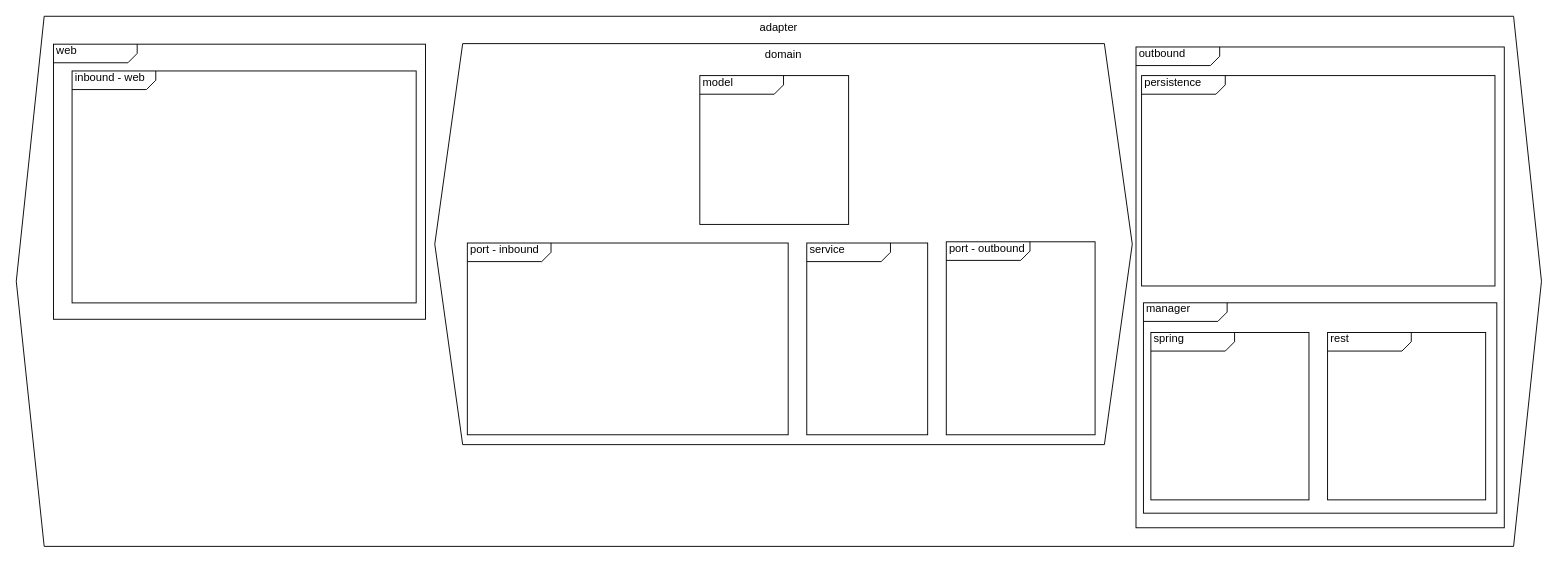
Before: page "beginstaat-booking" (5 of 9) of docs/assignment-diagrammen/diagrammen-verzameling.drawio in Quintor/hexagonal-architecture-workshop, a draw.io diagram. Source tidied: cells renumbered, new cells numbered last; positions are measured from the earlier drawing's top-left corner, leaving out a move shared by most shapes. Both pictures are drawn from the tidied source at 93%, with x=0, y=0 at pixel (16, 16).
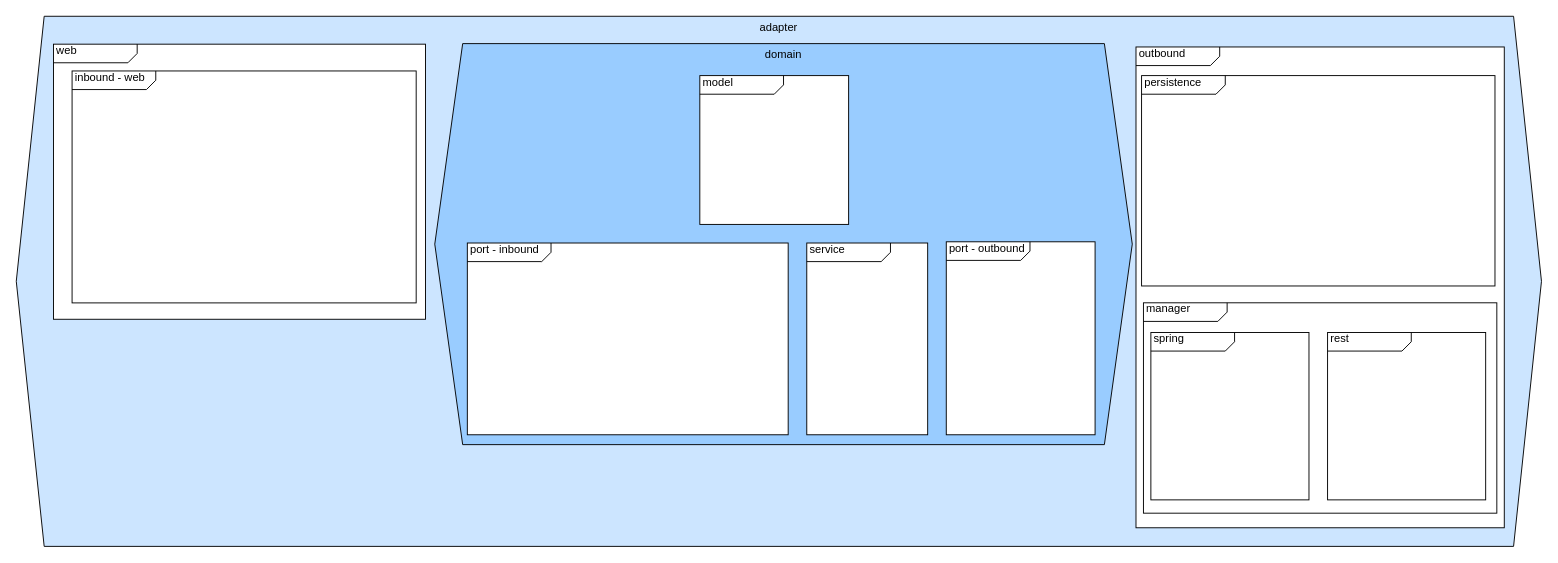
The same diagram, later.

Change to the diagram source:
```diff
@@
 <mxGraphModel>
   <root>
     <mxCell id="0" />
     <mxCell id="1" parent="0" />
-    <mxCell id="2" value="adapter" style="shape=hexagon;perimeter=hexagonPerimeter2;whiteSpace=wrap;html=1;fixedSize=1;align=center;verticalAlign=top;spacing=0;size=30;" parent="1" vertex="1">
+    <mxCell id="2" value="adapter" style="shape=hexagon;perimeter=hexagonPerimeter2;whiteSpace=wrap;html=1;fixedSize=1;align=center;verticalAlign=top;spacing=0;size=30;fillColor=#CCE5FF;" parent="1" vertex="1">
       <mxGeometry width="1640" height="570" as="geometry" />
     </mxCell>
     <mxCell id="3" value="&amp;nbsp;web" style="html=1;shape=mxgraph.sysml.package;html=1;overflow=fill;whiteSpace=wrap;align=left;" parent="1" vertex="1">
       <mxGeometry x="40" y="30" width="400" height="295.8" as="geometry" />
     </mxCell>
-    <mxCell id="4" value="domain" style="shape=hexagon;perimeter=hexagonPerimeter2;whiteSpace=wrap;html=1;fixedSize=1;align=center;verticalAlign=top;spacing=0;size=30;" parent="1" vertex="1">
+    <mxCell id="4" value="domain" style="shape=hexagon;perimeter=hexagonPerimeter2;whiteSpace=wrap;html=1;fixedSize=1;align=center;verticalAlign=top;spacing=0;size=30;fillColor=#99CCFF;" parent="1" vertex="1">
       <mxGeometry x="450" y="29.4" width="750" height="431.2" as="geometry" />
     </mxCell>
     <mxCell id="5" value="&lt;div align=&quot;left&quot;&gt;&amp;nbsp;model&lt;/div&gt;" style="html=1;shape=mxgraph.sysml.package;html=1;overflow=fill;whiteSpace=wrap;align=left;" parent="1" vertex="1">
       <mxGeometry x="735" y="63.8" width="160" height="160" as="geometry" />
     </mxCell>
     <mxCell id="6" value="&lt;div&gt;&amp;nbsp;port - inbound&lt;/div&gt;&lt;div&gt;&lt;br&gt;&lt;/div&gt;&lt;div&gt;&lt;br&gt;&lt;/div&gt;" style="html=1;shape=mxgraph.sysml.package;html=1;overflow=fill;whiteSpace=wrap;align=left;" parent="1" vertex="1">
       <mxGeometry x="485" y="243.8" width="345" height="206.2" as="geometry" />
     </mxCell>
     <mxCell id="7" value="&amp;nbsp;service" style="html=1;shape=mxgraph.sysml.package;html=1;overflow=fill;whiteSpace=wrap;align=left;" parent="1" vertex="1">
       <mxGeometry x="850" y="243.8" width="130" height="206.2" as="geometry" />
     </mxCell>
     <mxCell id="8" value="&amp;nbsp;inbound - web" style="html=1;shape=mxgraph.sysml.package;html=1;overflow=fill;whiteSpace=wrap;align=left;" parent="1" vertex="1">
       <mxGeometry x="60" y="58.8" width="370" height="249.4" as="geometry" />
     </mxCell>
     <mxCell id="9" value="&amp;nbsp;outbound" style="html=1;shape=mxgraph.sysml.package;html=1;overflow=fill;whiteSpace=wrap;align=left;" parent="1" vertex="1">
       <mxGeometry x="1204" y="33" width="396" height="517" as="geometry" />
     </mxCell>
     <mxCell id="10" value="&lt;div&gt;&amp;nbsp;persistence&lt;/div&gt;" style="html=1;shape=mxgraph.sysml.package;html=1;overflow=fill;whiteSpace=wrap;align=left;" parent="1" vertex="1">
       <mxGeometry x="1210" y="63.8" width="380" height="226.2" as="geometry" />
     </mxCell>
     <mxCell id="11" value="&lt;div&gt;&amp;nbsp;port - outbound&lt;/div&gt;&lt;div&gt;&lt;br&gt;&lt;/div&gt;&lt;div&gt;&lt;br&gt;&lt;/div&gt;" style="html=1;shape=mxgraph.sysml.package;html=1;overflow=fill;whiteSpace=wrap;align=left;" parent="1" vertex="1">
       <mxGeometry x="1000" y="242.5" width="160" height="207.5" as="geometry" />
     </mxCell>
     <mxCell id="12" value="&amp;nbsp;manager" style="html=1;shape=mxgraph.sysml.package;html=1;overflow=fill;whiteSpace=wrap;align=left;" parent="1" vertex="1">
       <mxGeometry x="1212" y="308.1" width="380" height="226.2" as="geometry" />
     </mxCell>
     <mxCell id="13" value="&amp;nbsp;spring" style="html=1;shape=mxgraph.sysml.package;html=1;overflow=fill;whiteSpace=wrap;align=left;" parent="1" vertex="1">
       <mxGeometry x="1220" y="340" width="170" height="180" as="geometry" />
     </mxCell>
     <mxCell id="14" value="&amp;nbsp;rest" style="html=1;shape=mxgraph.sysml.package;html=1;overflow=fill;whiteSpace=wrap;align=left;" parent="1" vertex="1">
       <mxGeometry x="1410" y="340" width="170" height="180" as="geometry" />
     </mxCell>
   </root>
 </mxGraphModel>
```
